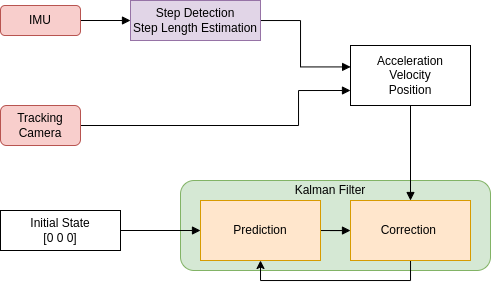
dossmann2/Conf-on-SensorandAppl23 keeps this draw.io diagram as Abstract/Bilder/schema1.png. Above is the earlier version. Source tidied: cells renumbered, new cells last; positions are measured from the earlier drawing's top-left corner, leaving out a move shared by most shapes. Source of this version:
```xml
<mxGraphModel>
  <root>
    <mxCell id="0" />
    <mxCell id="1" parent="0" />
    <mxCell id="2" style="rounded=1;whiteSpace=wrap;html=1;fillColor=#d5e8d4;strokeColor=#82b366;" parent="1" vertex="1">
      <mxGeometry x="180" y="180" width="310" height="90" as="geometry" />
    </mxCell>
    <mxCell id="3" style="edgeStyle=orthogonalEdgeStyle;rounded=0;jettySize=auto;html=1;endArrow=block;endFill=1;" parent="1" edge="1" source="4" target="12">
      <mxGeometry relative="1" as="geometry" />
    </mxCell>
    <mxCell id="4" value="IMU" style="rounded=1;whiteSpace=wrap;html=1;fillColor=#f8cecc;strokeColor=#b85450;" parent="1" vertex="1">
      <mxGeometry y="5" width="80" height="30" as="geometry" />
    </mxCell>
    <mxCell id="5" style="edgeStyle=orthogonalEdgeStyle;rounded=0;jettySize=auto;html=1;endArrow=block;endFill=1;" parent="1" edge="1" source="6" target="10">
      <mxGeometry relative="1" as="geometry" />
    </mxCell>
    <mxCell id="6" value="Prediction" style="rounded=0;whiteSpace=wrap;html=1;fillColor=#ffe6cc;strokeColor=#d79b00;" parent="1" vertex="1">
      <mxGeometry x="200" y="200" width="120" height="60" as="geometry" />
    </mxCell>
    <mxCell id="7" style="edgeStyle=orthogonalEdgeStyle;rounded=0;jettySize=auto;html=1;entryX=0;entryY=0.75;entryDx=0;entryDy=0;endArrow=block;endFill=1;" parent="1" edge="1" source="8" target="14">
      <mxGeometry relative="1" as="geometry">
        <Array as="points">
          <mxPoint x="298" y="125" />
          <mxPoint x="298" y="90" />
        </Array>
      </mxGeometry>
    </mxCell>
    <mxCell id="8" value="Tracking Camera" style="rounded=1;whiteSpace=wrap;html=1;fillColor=#f8cecc;strokeColor=#b85450;" parent="1" vertex="1">
      <mxGeometry y="105" width="80" height="40" as="geometry" />
    </mxCell>
    <mxCell id="9" style="edgeStyle=orthogonalEdgeStyle;rounded=0;jettySize=auto;html=1;entryX=0.5;entryY=1;entryDx=0;entryDy=0;" parent="1" edge="1" source="10" target="6">
      <mxGeometry relative="1" as="geometry">
        <Array as="points">
          <mxPoint x="410" y="280" />
          <mxPoint x="260" y="280" />
        </Array>
      </mxGeometry>
    </mxCell>
    <mxCell id="10" value="Correction&amp;nbsp;" style="rounded=0;whiteSpace=wrap;html=1;fillColor=#ffe6cc;strokeColor=#d79b00;" parent="1" vertex="1">
      <mxGeometry x="350" y="200" width="120" height="60" as="geometry" />
    </mxCell>
    <mxCell id="11" style="edgeStyle=orthogonalEdgeStyle;rounded=0;jettySize=auto;html=1;entryX=0.001;entryY=0.357;entryDx=0;entryDy=0;entryPerimeter=0;endArrow=block;endFill=1;" parent="1" edge="1" source="12" target="14">
      <mxGeometry relative="1" as="geometry">
        <Array as="points">
          <mxPoint x="300" y="20" />
          <mxPoint x="300" y="66" />
        </Array>
      </mxGeometry>
    </mxCell>
    <mxCell id="12" value="Step Detection&lt;br&gt;Step Length Estimation" style="rounded=0;whiteSpace=wrap;html=1;fillColor=#e1d5e7;strokeColor=#9673a6;" parent="1" vertex="1">
      <mxGeometry x="130" width="130" height="40" as="geometry" />
    </mxCell>
    <mxCell id="13" style="edgeStyle=orthogonalEdgeStyle;rounded=0;jettySize=auto;html=1;endArrow=block;endFill=1;" parent="1" edge="1" source="14" target="10">
      <mxGeometry relative="1" as="geometry" />
    </mxCell>
    <mxCell id="14" value="Acceleration&lt;br&gt;Velocity&lt;br&gt;Position" style="rounded=0;whiteSpace=wrap;html=1;" parent="1" vertex="1">
      <mxGeometry x="350" y="45" width="120" height="60" as="geometry" />
    </mxCell>
    <mxCell id="15" style="edgeStyle=orthogonalEdgeStyle;rounded=0;jettySize=auto;html=1;entryX=0;entryY=0.5;entryDx=0;entryDy=0;endArrow=block;endFill=1;" parent="1" edge="1" source="16" target="6">
      <mxGeometry relative="1" as="geometry" />
    </mxCell>
    <mxCell id="16" value="Initial State&lt;br&gt;[0 0 0]" style="rounded=0;whiteSpace=wrap;html=1;" parent="1" vertex="1">
      <mxGeometry y="210" width="120" height="40" as="geometry" />
    </mxCell>
    <mxCell id="17" value="Kalman Filter" style="text;html=1;strokeColor=none;fillColor=none;align=center;verticalAlign=middle;whiteSpace=wrap;rounded=0;" parent="1" vertex="1">
      <mxGeometry x="270" y="175" width="120" height="30" as="geometry" />
    </mxCell>
  </root>
</mxGraphModel>
```
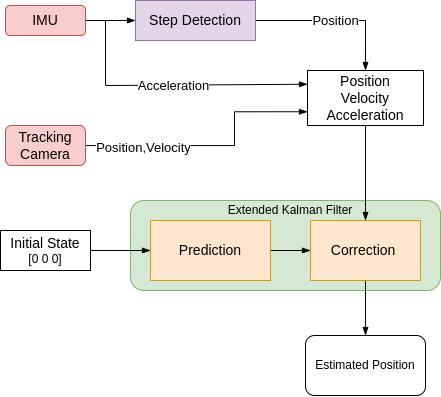
The same file after the commit.

Commit message:
Modified according to review

The edit, as a diff of the source:
```diff
@@ -3,67 +3,76 @@
     <mxCell id="0" />
     <mxCell id="1" parent="0" />
     <mxCell id="2" style="rounded=1;whiteSpace=wrap;html=1;fillColor=#d5e8d4;strokeColor=#82b366;" parent="1" vertex="1">
-      <mxGeometry x="180" y="180" width="310" height="90" as="geometry" />
+      <mxGeometry x="145" y="200" width="310" height="90" as="geometry" />
     </mxCell>
-    <mxCell id="3" style="edgeStyle=orthogonalEdgeStyle;rounded=0;jettySize=auto;html=1;endArrow=block;endFill=1;" parent="1" edge="1" source="4" target="12">
-      <mxGeometry relative="1" as="geometry" />
+    <mxCell id="3" style="edgeStyle=orthogonalEdgeStyle;rounded=0;jettySize=auto;html=1;entryX=0;entryY=0.5;entryDx=0;entryDy=0;endArrow=blockThin;endFill=1;" parent="1" edge="1" source="4" target="12">
+      <mxGeometry relative="1" as="geometry">
+        <Array as="points">
+          <mxPoint x="130" y="20" />
+          <mxPoint x="130" y="20" />
+        </Array>
+      </mxGeometry>
     </mxCell>
-    <mxCell id="4" value="IMU" style="rounded=1;whiteSpace=wrap;html=1;fillColor=#f8cecc;strokeColor=#b85450;" parent="1" vertex="1">
-      <mxGeometry y="5" width="80" height="30" as="geometry" />
+    <mxCell id="4" value="&lt;font style=&quot;font-size: 14px;&quot;&gt;IMU&lt;/font&gt;" style="rounded=1;whiteSpace=wrap;html=1;fillColor=#f8cecc;strokeColor=#b85450;" parent="1" vertex="1">
+      <mxGeometry x="20" y="5" width="80" height="30" as="geometry" />
     </mxCell>
-    <mxCell id="5" style="edgeStyle=orthogonalEdgeStyle;rounded=0;jettySize=auto;html=1;endArrow=block;endFill=1;" parent="1" edge="1" source="6" target="10">
+    <mxCell id="5" style="edgeStyle=orthogonalEdgeStyle;rounded=0;jettySize=auto;html=1;endArrow=blockThin;endFill=1;" parent="1" edge="1" source="6" target="10">
       <mxGeometry relative="1" as="geometry" />
     </mxCell>
-    <mxCell id="6" value="Prediction" style="rounded=0;whiteSpace=wrap;html=1;fillColor=#ffe6cc;strokeColor=#d79b00;" parent="1" vertex="1">
-      <mxGeometry x="200" y="200" width="120" height="60" as="geometry" />
+    <mxCell id="6" value="&lt;font style=&quot;font-size: 14px;&quot;&gt;Prediction&lt;/font&gt;" style="rounded=0;whiteSpace=wrap;html=1;fillColor=#ffe6cc;strokeColor=#d79b00;" parent="1" vertex="1">
+      <mxGeometry x="165" y="220" width="120" height="60" as="geometry" />
     </mxCell>
-    <mxCell id="7" style="edgeStyle=orthogonalEdgeStyle;rounded=0;jettySize=auto;html=1;entryX=0;entryY=0.75;entryDx=0;entryDy=0;endArrow=block;endFill=1;" parent="1" edge="1" source="8" target="14">
+    <mxCell id="7" style="edgeStyle=orthogonalEdgeStyle;rounded=0;jettySize=auto;html=1;entryX=0;entryY=0.75;entryDx=0;entryDy=0;endArrow=blockThin;endFill=1;" parent="1" edge="1" source="8" target="14">
       <mxGeometry relative="1" as="geometry">
         <Array as="points">
-          <mxPoint x="298" y="125" />
-          <mxPoint x="298" y="90" />
+          <mxPoint x="249" y="145" />
+          <mxPoint x="249" y="111" />
         </Array>
       </mxGeometry>
     </mxCell>
+    <mxCell id="18" value="&lt;font style=&quot;font-size: 13px;&quot;&gt;Position,Velocity&lt;/font&gt;" style="edgeLabel;html=1;align=center;verticalAlign=middle;" parent="7" vertex="1">
+      <mxGeometry x="-0.55" y="-2" relative="1" as="geometry" />
+    </mxCell>
-    <mxCell id="8" value="Tracking Camera" style="rounded=1;whiteSpace=wrap;html=1;fillColor=#f8cecc;strokeColor=#b85450;" parent="1" vertex="1">
-      <mxGeometry y="105" width="80" height="40" as="geometry" />
+    <mxCell id="8" value="&lt;font style=&quot;font-size: 14px;&quot;&gt;Tracking Camera&lt;/font&gt;" style="rounded=1;whiteSpace=wrap;html=1;fillColor=#f8cecc;strokeColor=#b85450;" parent="1" vertex="1">
+      <mxGeometry x="20" y="125" width="80" height="40" as="geometry" />
     </mxCell>
-    <mxCell id="9" style="edgeStyle=orthogonalEdgeStyle;rounded=0;jettySize=auto;html=1;entryX=0.5;entryY=1;entryDx=0;entryDy=0;" parent="1" edge="1" source="10" target="6">
-      <mxGeometry relative="1" as="geometry">
-        <Array as="points">
-          <mxPoint x="410" y="280" />
-          <mxPoint x="260" y="280" />
-        </Array>
-      </mxGeometry>
-    </mxCell>
+    <mxCell id="19" style="edgeStyle=orthogonalEdgeStyle;rounded=0;jettySize=auto;html=1;endArrow=blockThin;endFill=1;" parent="1" edge="1" source="10" target="21">
+      <mxGeometry relative="1" as="geometry" />
+    </mxCell>
-    <mxCell id="10" value="Correction&amp;nbsp;" style="rounded=0;whiteSpace=wrap;html=1;fillColor=#ffe6cc;strokeColor=#d79b00;" parent="1" vertex="1">
-      <mxGeometry x="350" y="200" width="120" height="60" as="geometry" />
+    <mxCell id="10" value="&lt;font style=&quot;font-size: 14px;&quot;&gt;Correction&amp;nbsp;&lt;/font&gt;" style="rounded=0;whiteSpace=wrap;html=1;fillColor=#ffe6cc;strokeColor=#d79b00;" parent="1" vertex="1">
+      <mxGeometry x="325" y="220" width="110" height="60" as="geometry" />
     </mxCell>
-    <mxCell id="11" style="edgeStyle=orthogonalEdgeStyle;rounded=0;jettySize=auto;html=1;entryX=0.001;entryY=0.357;entryDx=0;entryDy=0;entryPerimeter=0;endArrow=block;endFill=1;" parent="1" edge="1" source="12" target="14">
-      <mxGeometry relative="1" as="geometry">
-        <Array as="points">
-          <mxPoint x="300" y="20" />
-          <mxPoint x="300" y="66" />
-        </Array>
-      </mxGeometry>
+    <mxCell id="11" value="&lt;font style=&quot;font-size: 13px;&quot;&gt;Position&lt;/font&gt;" style="edgeStyle=orthogonalEdgeStyle;rounded=0;jettySize=auto;html=1;entryX=0.5;entryY=0;entryDx=0;entryDy=0;endArrow=blockThin;endFill=1;" parent="1" edge="1" source="12" target="14">
+      <mxGeometry relative="1" as="geometry" />
     </mxCell>
-    <mxCell id="12" value="Step Detection&lt;br&gt;Step Length Estimation" style="rounded=0;whiteSpace=wrap;html=1;fillColor=#e1d5e7;strokeColor=#9673a6;" parent="1" vertex="1">
-      <mxGeometry x="130" width="130" height="40" as="geometry" />
+    <mxCell id="12" value="&lt;font style=&quot;font-size: 14px;&quot;&gt;Step Detection&lt;/font&gt;" style="rounded=0;whiteSpace=wrap;html=1;fillColor=#e1d5e7;strokeColor=#9673a6;" parent="1" vertex="1">
+      <mxGeometry x="150" width="120" height="40" as="geometry" />
     </mxCell>
-    <mxCell id="13" style="edgeStyle=orthogonalEdgeStyle;rounded=0;jettySize=auto;html=1;endArrow=block;endFill=1;" parent="1" edge="1" source="14" target="10">
+    <mxCell id="13" style="edgeStyle=orthogonalEdgeStyle;rounded=0;jettySize=auto;html=1;endArrow=blockThin;endFill=1;" parent="1" edge="1" source="14" target="10">
       <mxGeometry relative="1" as="geometry" />
     </mxCell>
-    <mxCell id="14" value="Acceleration&lt;br&gt;Velocity&lt;br&gt;Position" style="rounded=0;whiteSpace=wrap;html=1;" parent="1" vertex="1">
-      <mxGeometry x="350" y="45" width="120" height="60" as="geometry" />
+    <mxCell id="14" value="&lt;font style=&quot;font-size: 14px;&quot;&gt;Position&lt;br&gt;Velocity&lt;br&gt;Acceleration&lt;/font&gt;" style="rounded=0;whiteSpace=wrap;html=1;" parent="1" vertex="1">
+      <mxGeometry x="322" y="70" width="116" height="55" as="geometry" />
     </mxCell>
-    <mxCell id="15" style="edgeStyle=orthogonalEdgeStyle;rounded=0;jettySize=auto;html=1;entryX=0;entryY=0.5;entryDx=0;entryDy=0;endArrow=block;endFill=1;" parent="1" edge="1" source="16" target="6">
+    <mxCell id="15" style="edgeStyle=orthogonalEdgeStyle;rounded=0;jettySize=auto;html=1;entryX=0;entryY=0.5;entryDx=0;entryDy=0;endArrow=blockThin;endFill=1;" parent="1" edge="1" source="16" target="6">
       <mxGeometry relative="1" as="geometry" />
     </mxCell>
-    <mxCell id="16" value="Initial State&lt;br&gt;[0 0 0]" style="rounded=0;whiteSpace=wrap;html=1;" parent="1" vertex="1">
-      <mxGeometry y="210" width="120" height="40" as="geometry" />
+    <mxCell id="16" value="&lt;font style=&quot;font-size: 14px;&quot;&gt;Initial State&lt;br&gt;&lt;/font&gt;[0 0 0]" style="rounded=0;whiteSpace=wrap;html=1;" parent="1" vertex="1">
+      <mxGeometry x="15" y="230" width="90" height="40" as="geometry" />
     </mxCell>
-    <mxCell id="17" value="Kalman Filter" style="text;html=1;strokeColor=none;fillColor=none;align=center;verticalAlign=middle;whiteSpace=wrap;rounded=0;" parent="1" vertex="1">
-      <mxGeometry x="270" y="175" width="120" height="30" as="geometry" />
+    <mxCell id="17" value="Extended Kalman Filter" style="text;html=1;strokeColor=none;fillColor=none;align=center;verticalAlign=middle;whiteSpace=wrap;rounded=0;" parent="1" vertex="1">
+      <mxGeometry x="235" y="195" width="140" height="30" as="geometry" />
     </mxCell>
+    <mxCell id="20" value="&lt;font style=&quot;font-size: 13px;&quot;&gt;Acceleration&lt;/font&gt;" style="endArrow=blockThin;html=1;rounded=0;entryX=0;entryY=0.25;entryDx=0;entryDy=0;endFill=1;" parent="1" edge="1" target="14">
+      <mxGeometry relative="1" as="geometry">
+        <mxPoint x="120" y="20" as="sourcePoint" />
+        <Array as="points">
+          <mxPoint x="120" y="85" />
+        </Array>
+      </mxGeometry>
+    </mxCell>
+    <mxCell id="21" value="Estimated Position" style="rounded=1;whiteSpace=wrap;html=1;" parent="1" vertex="1">
+      <mxGeometry x="320" y="335" width="120" height="60" as="geometry" />
+    </mxCell>
   </root>
 </mxGraphModel>
```
